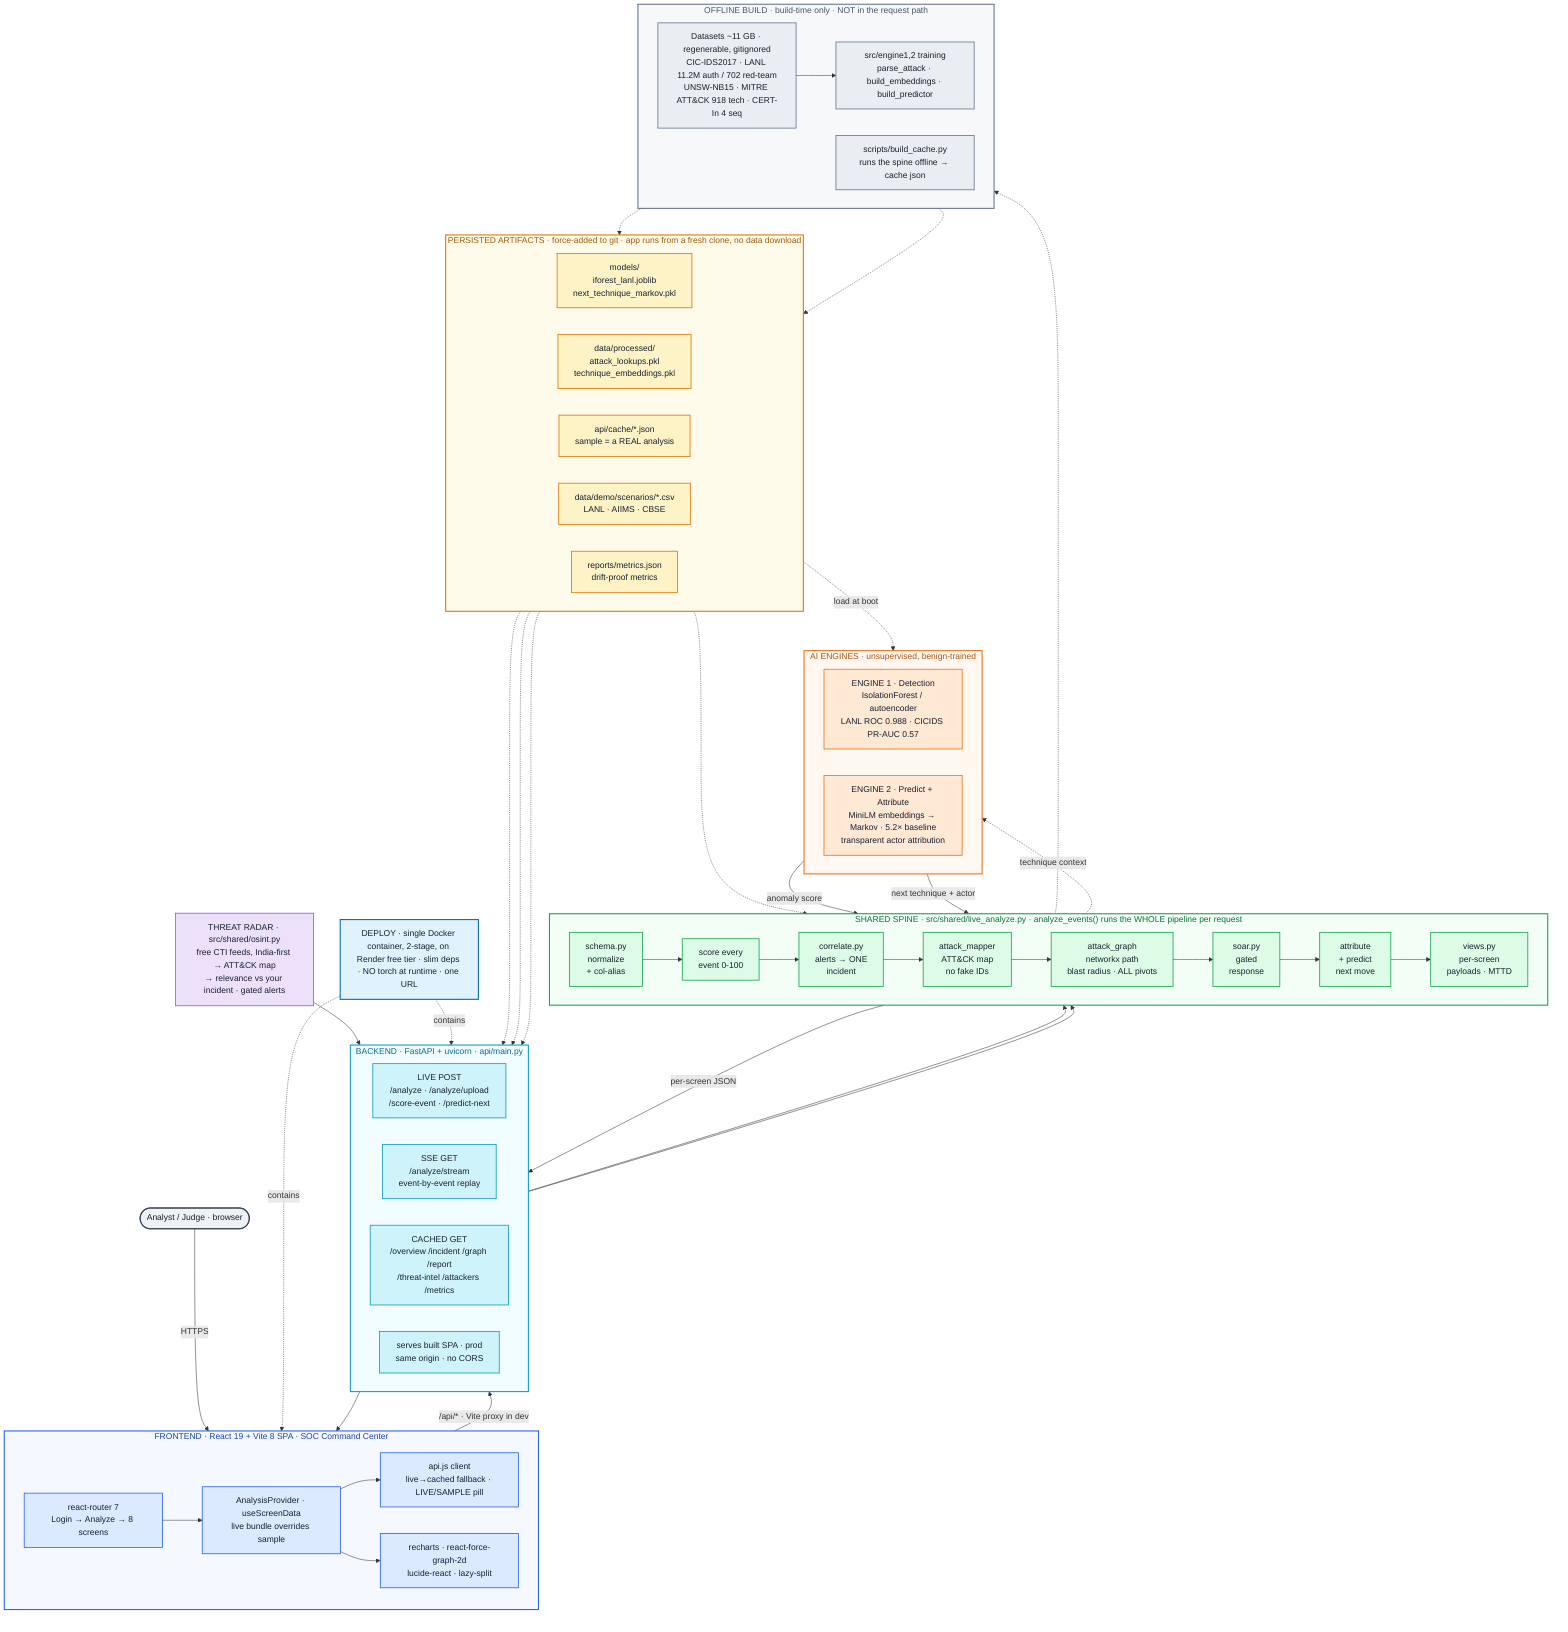
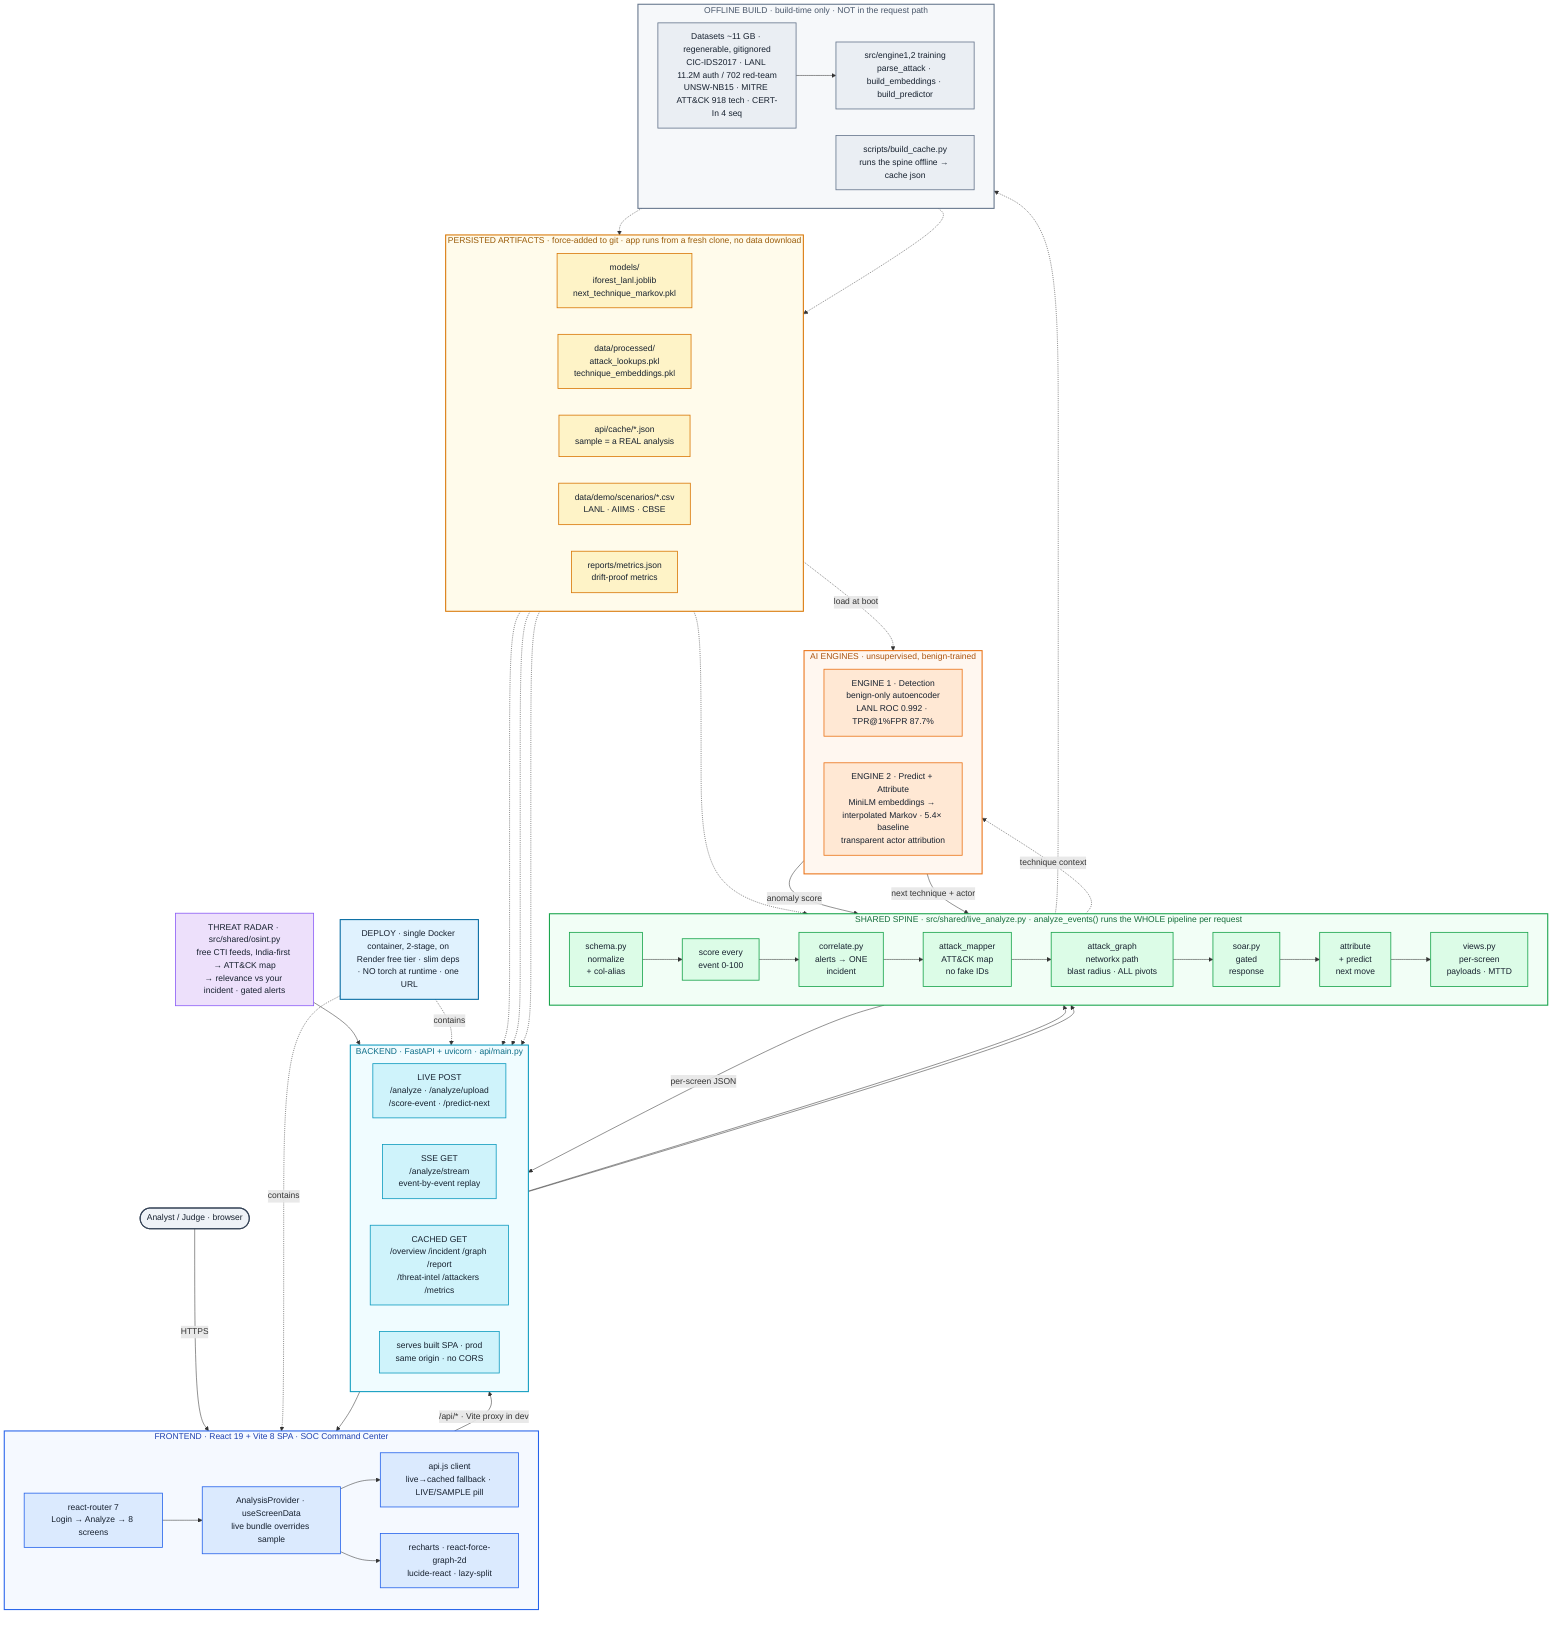
flowchart TB

U(["Analyst / Judge · browser"]):::client

subgraph FE["FRONTEND · React 19 + Vite 8 SPA · SOC Command Center"]
  direction LR
  RT["react-router 7<br/>Login → Analyze → 8 screens"]:::fe
  AP["AnalysisProvider · useScreenData<br/>live bundle overrides sample"]:::fe
  APIJS["api.js client<br/>live→cached fallback · LIVE/SAMPLE pill"]:::fe
  VIZ["recharts · react-force-graph-2d<br/>lucide-react · lazy-split"]:::fe
  RT --> AP --> APIJS
  AP --> VIZ
end

subgraph API["BACKEND · FastAPI + uvicorn · api/main.py"]
  direction LR
  LIVE["LIVE POST<br/>/analyze · /analyze/upload<br/>/score-event · /predict-next"]:::api
  STREAM["SSE GET<br/>/analyze/stream<br/>event-by-event replay"]:::api
  CACHED["CACHED GET<br/>/overview /incident /graph /report<br/>/threat-intel /attackers /metrics"]:::api
  STATIC["serves built SPA · prod<br/>same origin · no CORS"]:::api
end

subgraph SPINE["SHARED SPINE · src/shared/live_analyze.py · analyze_events() runs the WHOLE pipeline per request"]
  direction LR
  P1["schema.py<br/>normalize<br/>+ col-alias"]:::spine
  P2["score every<br/>event 0-100"]:::spine
  P3["correlate.py<br/>alerts → ONE<br/>incident"]:::spine
  P4["attack_mapper<br/>ATT&CK map<br/>no fake IDs"]:::spine
  P5["attack_graph<br/>networkx path<br/>blast radius · ALL pivots"]:::spine
  P6["soar.py<br/>gated<br/>response"]:::spine
  P7["attribute<br/>+ predict<br/>next move"]:::spine
  P8["views.py<br/>per-screen<br/>payloads · MTTD"]:::spine
  P1 --> P2 --> P3 --> P4 --> P5 --> P6 --> P7 --> P8
end

subgraph ENG["AI ENGINES · unsupervised, benign-trained"]
  direction LR
-   E1["ENGINE 1 · Detection<br/>IsolationForest / autoencoder<br/>LANL ROC 0.988 · CICIDS PR-AUC 0.57"]:::eng
-   E2["ENGINE 2 · Predict + Attribute<br/>MiniLM embeddings → Markov · 5.2× baseline<br/>transparent actor attribution"]:::eng
+   E1["ENGINE 1 · Detection<br/>benign-only autoencoder<br/>LANL ROC 0.992 · TPR@1%FPR 87.7%"]:::eng
+   E2["ENGINE 2 · Predict + Attribute<br/>MiniLM embeddings → interpolated Markov · 5.4× baseline<br/>transparent actor attribution"]:::eng
end

RADAR["THREAT RADAR · src/shared/osint.py<br/>free CTI feeds, India-first → ATT&amp;CK map<br/>→ relevance vs your incident · gated alerts"]:::radar

subgraph STATE["PERSISTED ARTIFACTS · force-added to git · app runs from a fresh clone, no data download"]
  direction LR
  M1["models/<br/>iforest_lanl.joblib<br/>next_technique_markov.pkl"]:::state
  M2["data/processed/<br/>attack_lookups.pkl<br/>technique_embeddings.pkl"]:::state
  M3["api/cache/*.json<br/>sample = a REAL analysis"]:::state
  M4["data/demo/scenarios/*.csv<br/>LANL · AIIMS · CBSE"]:::state
  M5["reports/metrics.json<br/>drift-proof metrics"]:::state
end

subgraph BUILD["OFFLINE BUILD · build-time only · NOT in the request path"]
  direction LR
  DS["Datasets ~11 GB · regenerable, gitignored<br/>CIC-IDS2017 · LANL 11.2M auth / 702 red-team<br/>UNSW-NB15 · MITRE ATT&amp;CK 918 tech · CERT-In 4 seq"]:::build
  TR["src/engine1,2 training<br/>parse_attack · build_embeddings · build_predictor"]:::build
  BC["scripts/build_cache.py<br/>runs the spine offline → cache json"]:::build
  DS --> TR
end

DEPLOY["DEPLOY · single Docker container, 2-stage, on Render free tier · slim deps · NO torch at runtime · one URL"]:::deploy

%% ---- live request path (solid) ----
U -->|HTTPS| FE
APIJS -->|"/api/* · Vite proxy in dev"| API
LIVE --> SPINE
STREAM --> SPINE
E1 -->|"anomaly score"| P2
E2 -->|"next technique + actor"| P7
P4 -.->|technique context| E2
SPINE -->|per-screen JSON| CACHED
RADAR --> API
STATIC --> FE

%% ---- load-at-boot / data (dashed) ----
M1 -.->|load at boot| ENG
M2 -.-> SPINE
M3 -.-> CACHED
M4 -.-> LIVE
M5 -.-> CACHED

%% ---- offline build (dashed) ----
TR -.-> STATE
BC -.-> M3
SPINE -.-> BC

%% ---- deploy wraps runtime ----
DEPLOY -.contains.-> FE
DEPLOY -.contains.-> API

classDef client fill:#EEF2F7,stroke:#334155,stroke-width:2px,color:#16202E;
classDef fe fill:#DBEAFE,stroke:#2563EB,stroke-width:1.5px,color:#16202E;
classDef api fill:#CFF3FB,stroke:#0E9BBF,stroke-width:1.5px,color:#16202E;
classDef spine fill:#DCFCE7,stroke:#16A34A,stroke-width:1.5px,color:#16202E;
classDef eng fill:#FFE8D4,stroke:#EA7317,stroke-width:1.5px,color:#16202E;
classDef radar fill:#EDE0FB,stroke:#8B5CF6,stroke-width:1.5px,color:#16202E;
classDef state fill:#FEF3C7,stroke:#D97706,stroke-width:1.5px,color:#16202E;
classDef build fill:#EAEEF3,stroke:#64748B,stroke-width:1.5px,color:#16202E;
classDef deploy fill:#E0F2FE,stroke:#0369A1,stroke-width:2px,color:#16202E;

style FE fill:#F5F9FF,stroke:#2563EB,stroke-width:2px,color:#1E40AF;
style API fill:#F0FCFF,stroke:#0E9BBF,stroke-width:2px,color:#0B6C86;
style SPINE fill:#F2FEF6,stroke:#16A34A,stroke-width:2px,color:#146C3A;
style ENG fill:#FFF7F0,stroke:#EA7317,stroke-width:2px,color:#A9530F;
style STATE fill:#FFFBEB,stroke:#D97706,stroke-width:2px,color:#9A5B08;
style BUILD fill:#F6F8FA,stroke:#64748B,stroke-width:2px,color:#475569;
